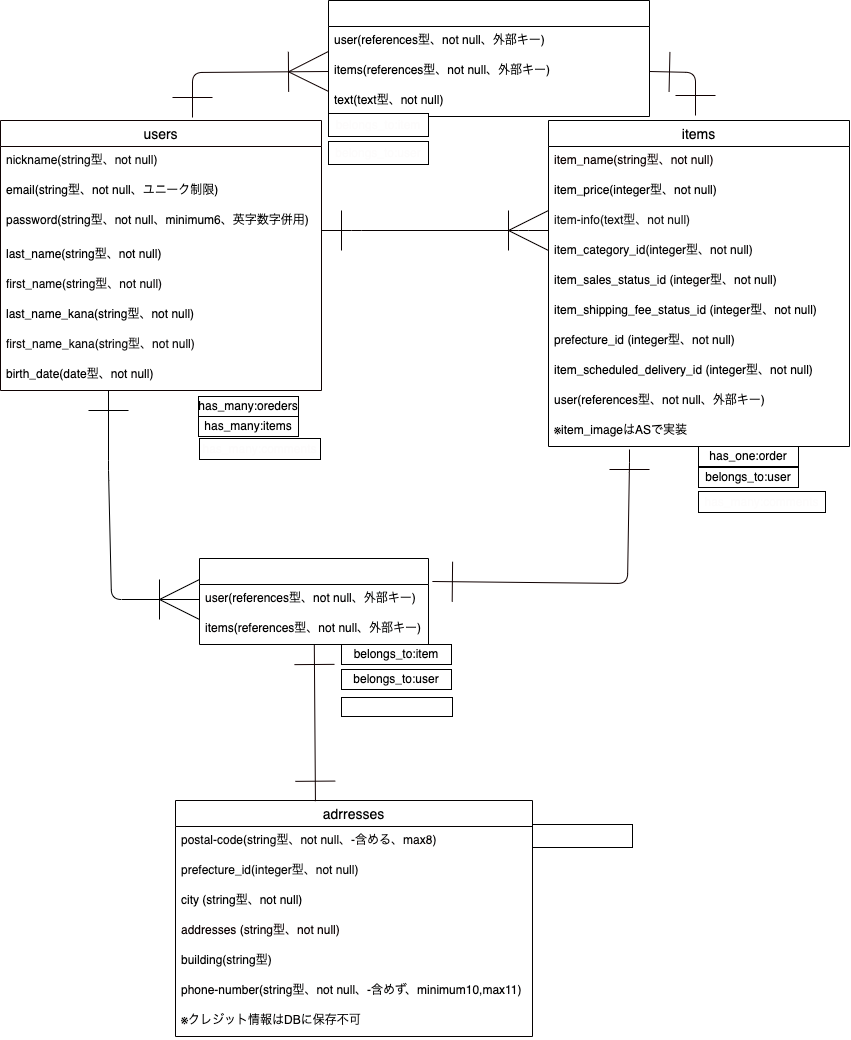
Earlier version of the draw.io export furima-DB.png (goldensorcererofumineko/furima-39826). Source tidied: cells renumbered, new cells last; positions are measured from the earlier drawing's top-left corner, leaving out a move shared by most shapes.
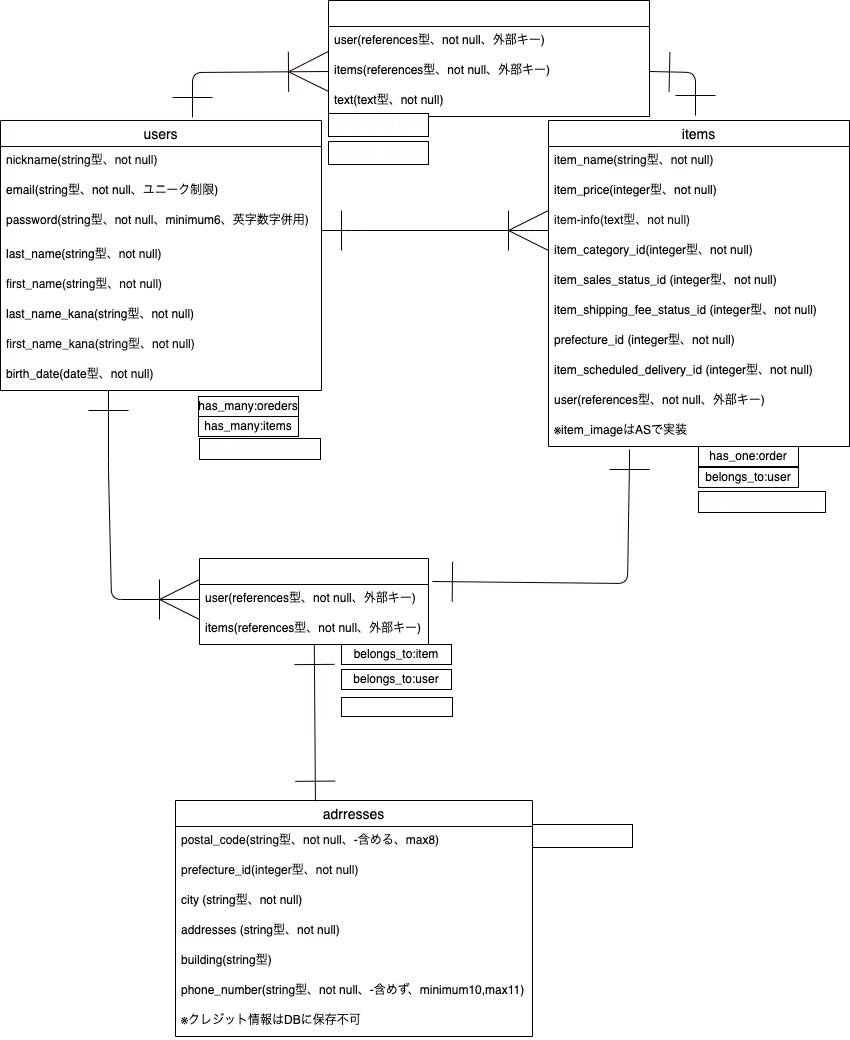
The same diagram one commit later.

The edit, as a diff of the source:
```diff
@@ -65,7 +65,7 @@
     <mxCell id="22" value="adrresses" style="swimlane;fontStyle=0;horizontal=1;startSize=26;align=center;fontSize=14;strokeColor=#040101;" parent="1" vertex="1">
       <mxGeometry x="175" y="800" width="357" height="236" as="geometry" />
     </mxCell>
-    <mxCell id="23" value="postal-code(string型、not null、-含める、max8)" style="text;strokeColor=none;fillColor=none;spacingLeft=4;spacingRight=4;overflow=hidden;fontSize=12;fontColor=#090707;" parent="22" vertex="1">
+    <mxCell id="23" value="postal_code(string型、not null、-含める、max8)" style="text;strokeColor=none;fillColor=none;spacingLeft=4;spacingRight=4;overflow=hidden;fontSize=12;fontColor=#090707;" parent="22" vertex="1">
       <mxGeometry y="26" width="357" height="30" as="geometry" />
     </mxCell>
     <mxCell id="24" value="prefecture_id(integer型、not null)" style="text;strokeColor=none;fillColor=none;spacingLeft=4;spacingRight=4;overflow=hidden;fontSize=12;fontColor=#0a0a0a;" parent="22" vertex="1">
@@ -80,7 +80,7 @@
     <mxCell id="27" value="building(string型)" style="text;strokeColor=none;fillColor=none;spacingLeft=4;spacingRight=4;overflow=hidden;fontSize=12;fontColor=#030303;" parent="22" vertex="1">
       <mxGeometry y="146" width="357" height="30" as="geometry" />
     </mxCell>
-    <mxCell id="28" value="phone-number(string型、not null、-含めず、minimum10,max11)" style="text;strokeColor=none;fillColor=none;spacingLeft=4;spacingRight=4;overflow=hidden;fontSize=12;fontColor=#030202;" parent="22" vertex="1">
+    <mxCell id="28" value="phone_number(string型、not null、-含めず、minimum10,max11)" style="text;strokeColor=none;fillColor=none;spacingLeft=4;spacingRight=4;overflow=hidden;fontSize=12;fontColor=#030202;" parent="22" vertex="1">
       <mxGeometry y="176" width="357" height="30" as="geometry" />
     </mxCell>
     <mxCell id="29" value="※クレジット情報はDBに保存不可" style="text;strokeColor=none;fillColor=none;spacingLeft=4;spacingRight=4;overflow=hidden;fontSize=12;labelBackgroundColor=none;labelBorderColor=none;fontColor=#030202;" parent="22" vertex="1">
```
